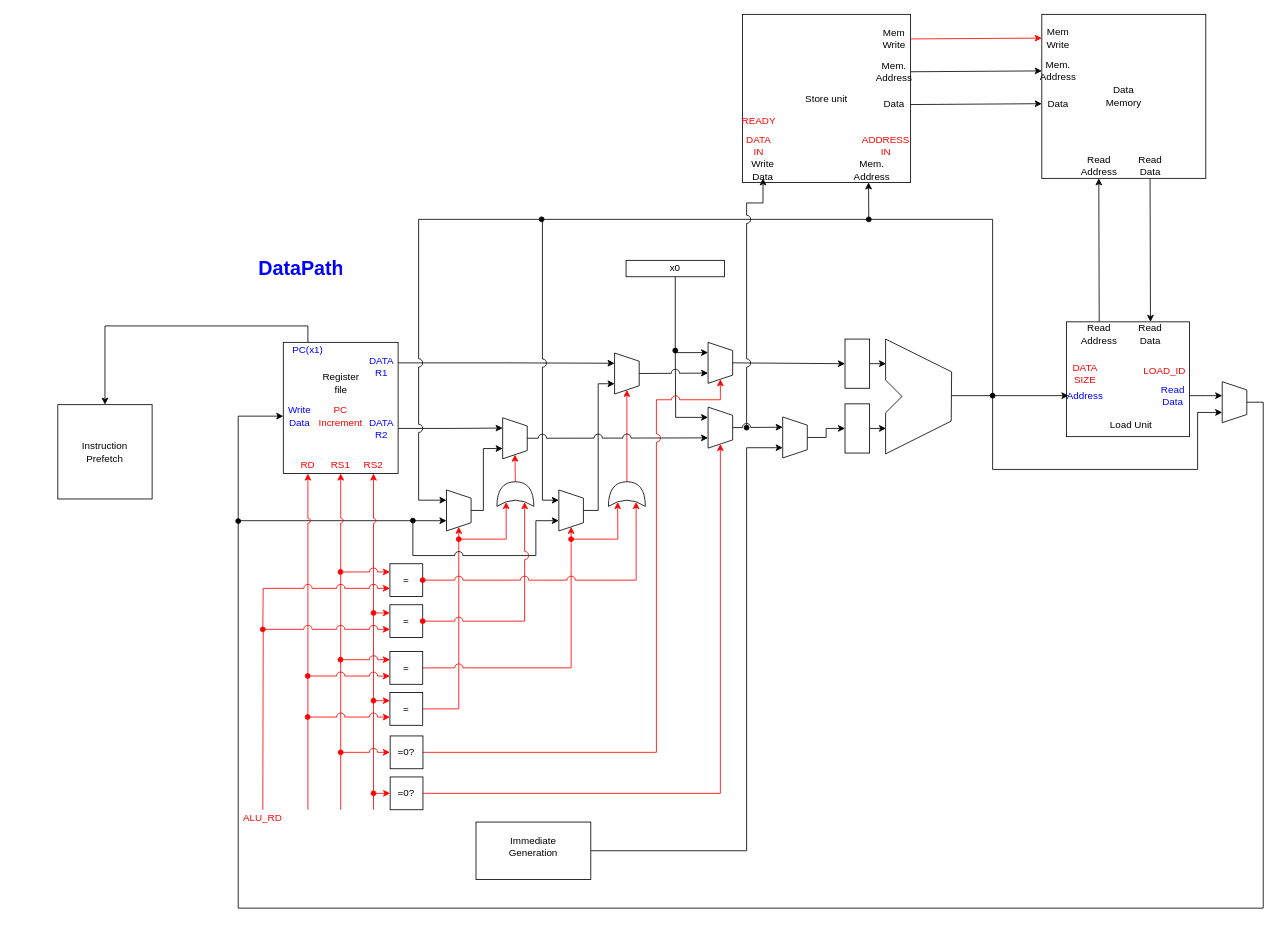
The draw.io diagram page "DataPath" (1 of 2) of Circuit_Drawings/DataPath.drawio in Kaveesha-98/065-538-720-GNC, before the edit. Source tidied: cells renumbered, new cells numbered last; positions are measured from the earlier drawing's top-left corner, leaving out a move shared by most shapes. Both pictures are drawn from the tidied source at 82%, with x=0, y=0 at pixel (57, 14).
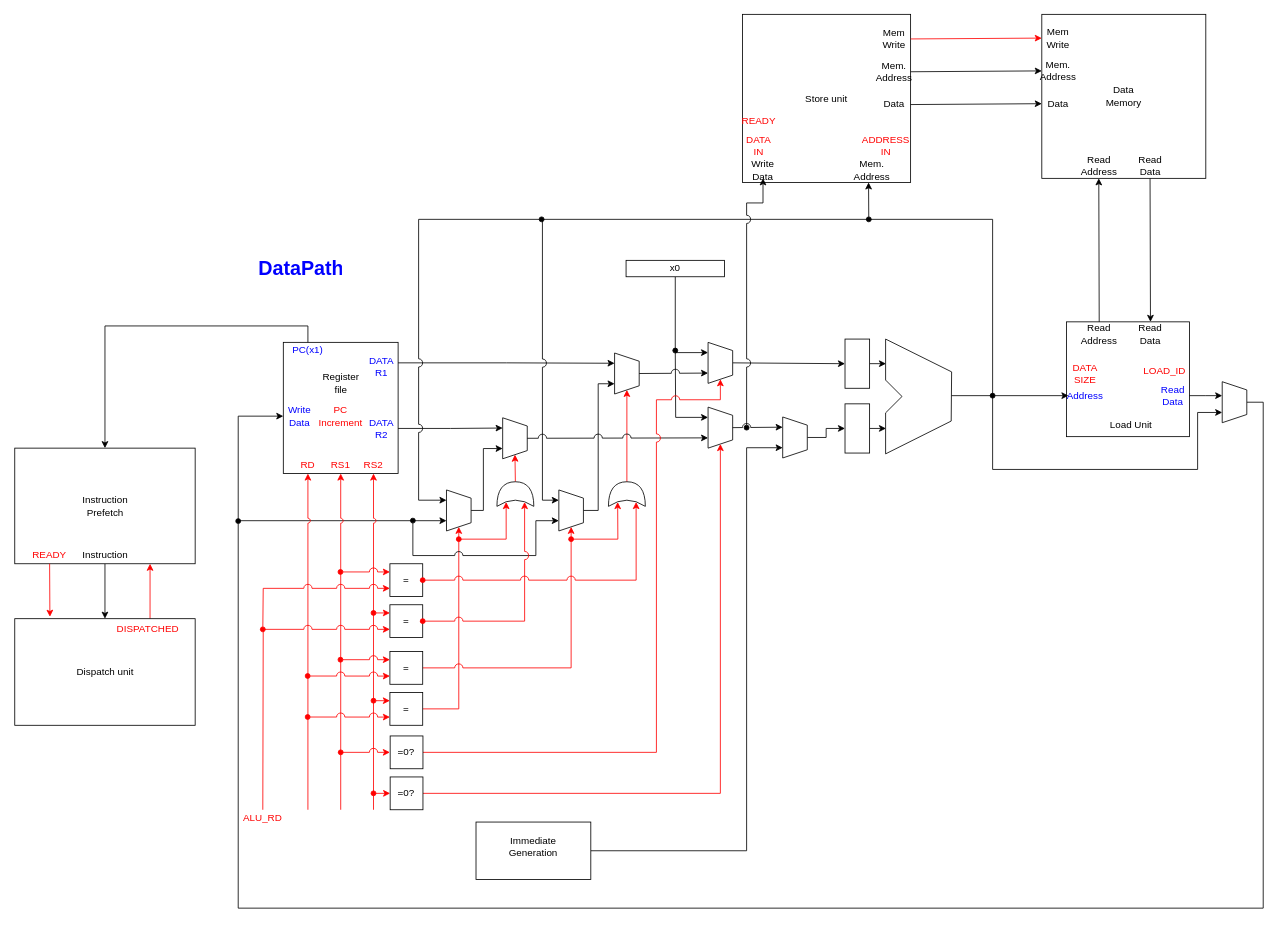
After the change.

Change to the diagram source:
```diff
@@
+    <mxCell id="113" style="edgeStyle=orthogonalEdgeStyle;rounded=0;jumpStyle=arc;jumpSize=10;jettySize=auto;html=1;exitX=0.5;exitY=0;exitDx=0;exitDy=0;entryX=0.5;entryY=1;entryDx=0;entryDy=0;startArrow=classic;startFill=1;endArrow=none;endFill=0;strokeColor=#000000;" parent="1" edge="1" source="115" target="116">
+      <mxGeometry relative="1" as="geometry" />
+    </mxCell>
+    <mxCell id="114" style="edgeStyle=orthogonalEdgeStyle;rounded=0;jumpStyle=arc;jumpSize=10;jettySize=auto;html=1;exitX=0.75;exitY=0;exitDx=0;exitDy=0;entryX=0.75;entryY=1;entryDx=0;entryDy=0;startArrow=none;startFill=0;endArrow=classic;endFill=1;strokeColor=#FF0000;" parent="1" edge="1" source="115" target="112">
+      <mxGeometry relative="1" as="geometry" />
+    </mxCell>
+    <mxCell id="115" value="Dispatch unit" style="rounded=0;whiteSpace=wrap;html=1;" parent="1" vertex="1">
+      <mxGeometry x="-52.5" y="737" width="220" height="130" as="geometry" />
+    </mxCell>
-    <mxCell id="112" value="&lt;div&gt;Instruction&lt;/div&gt;&lt;div&gt;Prefetch&lt;br&gt;&lt;/div&gt;" style="whiteSpace=wrap;html=1;" parent="1" vertex="1">
-      <mxGeometry y="476" width="115" height="115" as="geometry" />
+    <mxCell id="112" value="&lt;div&gt;Instruction&lt;/div&gt;&lt;div&gt;Prefetch&lt;br&gt;&lt;/div&gt;" style="rounded=0;whiteSpace=wrap;html=1;" parent="1" vertex="1">
+      <mxGeometry x="-52.5" y="529" width="220" height="141" as="geometry" />
     </mxCell>
+    <mxCell id="116" value="Instruction" style="text;html=1;strokeColor=none;fillColor=none;align=center;verticalAlign=middle;whiteSpace=wrap;rounded=0;" parent="1" vertex="1">
+      <mxGeometry x="37.5" y="650" width="40" height="20" as="geometry" />
+    </mxCell>
+    <mxCell id="117" style="edgeStyle=orthogonalEdgeStyle;rounded=0;jumpStyle=arc;jumpSize=10;jettySize=auto;html=1;exitX=0.5;exitY=1;exitDx=0;exitDy=0;entryX=0.195;entryY=-0.018;entryDx=0;entryDy=0;entryPerimeter=0;startArrow=none;startFill=0;endArrow=classic;endFill=1;strokeColor=#FF0000;" parent="1" edge="1" source="118" target="115">
+      <mxGeometry relative="1" as="geometry" />
+    </mxCell>
+    <mxCell id="118" value="&lt;font color=&quot;#FF0000&quot;&gt;READY&lt;/font&gt;" style="text;html=1;strokeColor=none;fillColor=none;align=center;verticalAlign=middle;whiteSpace=wrap;rounded=0;" parent="1" vertex="1">
+      <mxGeometry x="-30" y="650" width="40" height="20" as="geometry" />
+    </mxCell>
+    <mxCell id="119" value="&lt;font color=&quot;#FF0000&quot;&gt;DISPATCHED&lt;/font&gt;" style="text;html=1;strokeColor=none;fillColor=none;align=center;verticalAlign=middle;whiteSpace=wrap;rounded=0;" parent="1" vertex="1">
+      <mxGeometry x="90" y="740" width="40" height="20" as="geometry" />
+    </mxCell>
```
